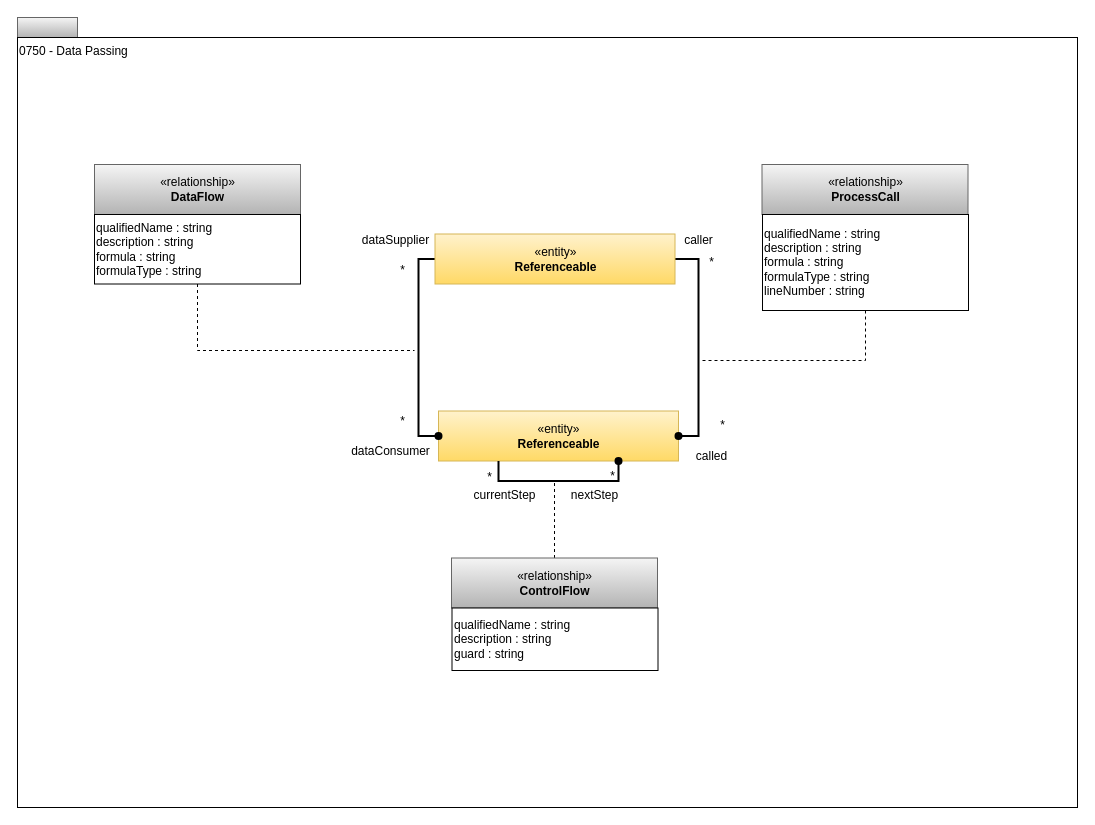
The draw.io diagram page "0750-Data-Passing" (11 of 17) of site/docs/types/7/area-7-lineage.drawio in odpi/egeria-docs, before the edit. Source tidied: cells renumbered, new cells numbered last; positions are measured from the earlier drawing's top-left corner, leaving out a move shared by most shapes. Both pictures are drawn from the tidied source at 100%, with x=0, y=0 at pixel (17, 17).
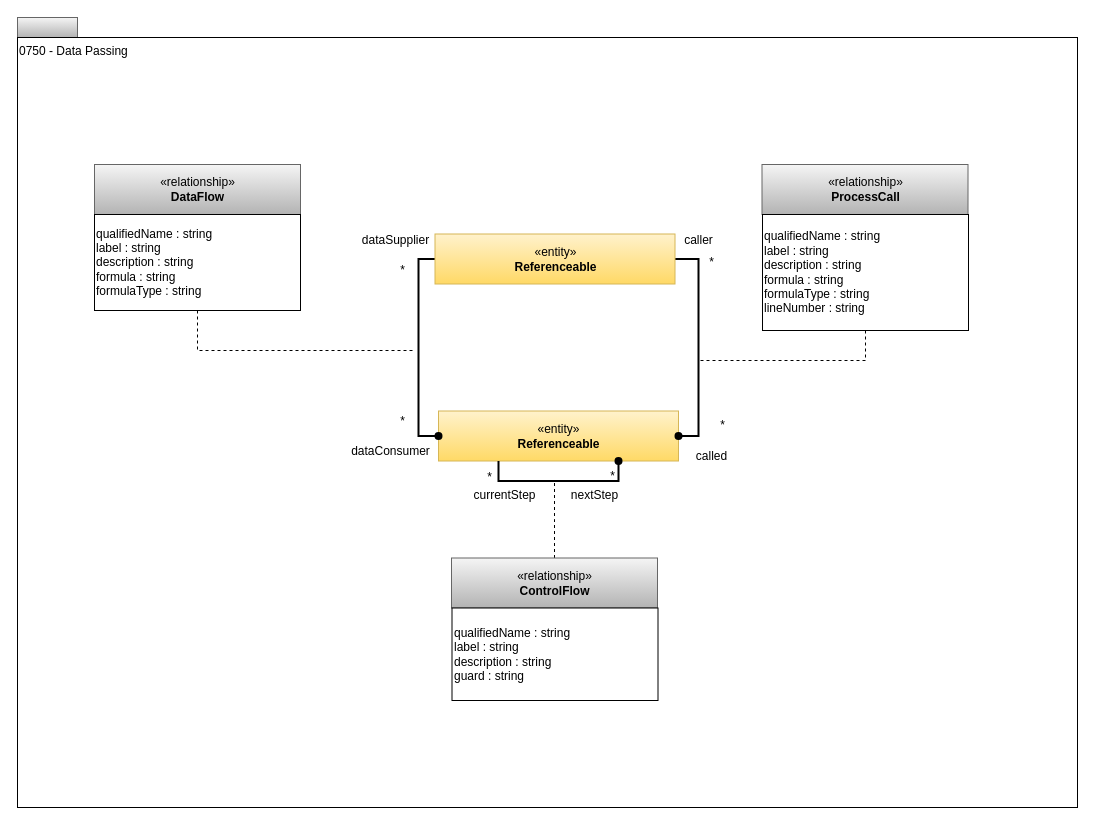
The same diagram, later.

Diff of the diagram source:
```diff
@@
-    <mxCell id="6" value="qualifiedName : string&lt;br&gt;description : string&lt;br&gt;formula : string&lt;br&gt;formulaType : string" style="rounded=0;whiteSpace=wrap;html=1;strokeColor=#000000;gradientColor=#ffffff;align=left;" parent="1" vertex="1">
-      <mxGeometry x="77" y="197" width="206" height="69.5" as="geometry" />
+    <mxCell id="6" value="qualifiedName : string&lt;div&gt;label : string&lt;br&gt;description : string&lt;br&gt;formula : string&lt;br&gt;formulaType : string&lt;/div&gt;" style="rounded=0;whiteSpace=wrap;html=1;strokeColor=#000000;gradientColor=#ffffff;align=left;" parent="1" vertex="1">
+      <mxGeometry x="77" y="197" width="206" height="96" as="geometry" />
     </mxCell>
@@
-    <mxCell id="15" value="qualifiedName : string&lt;br&gt;description : string&lt;br&gt;guard : string" style="rounded=0;whiteSpace=wrap;html=1;strokeColor=#000000;gradientColor=#ffffff;align=left;" parent="1" vertex="1">
-      <mxGeometry x="434.5" y="590.5" width="206" height="62.5" as="geometry" />
+    <mxCell id="15" value="qualifiedName : string&lt;div&gt;label : string&lt;br&gt;description : string&lt;br&gt;guard : string&lt;/div&gt;" style="rounded=0;whiteSpace=wrap;html=1;strokeColor=#000000;gradientColor=#ffffff;align=left;" parent="1" vertex="1">
+      <mxGeometry x="434.5" y="590.5" width="206" height="92.5" as="geometry" />
     </mxCell>
@@
-    <mxCell id="25" value="qualifiedName : string&lt;br&gt;description : string&lt;br&gt;formula : string&lt;br&gt;formulaType : string&lt;br&gt;lineNumber : string" style="rounded=0;whiteSpace=wrap;html=1;strokeColor=#000000;gradientColor=#ffffff;align=left;" parent="1" vertex="1">
-      <mxGeometry x="745" y="197" width="206" height="96" as="geometry" />
+    <mxCell id="25" value="qualifiedName : string&lt;div&gt;label : string&lt;br&gt;description : string&lt;br&gt;formula : string&lt;br&gt;formulaType : string&lt;br&gt;lineNumber : string&lt;/div&gt;" style="rounded=0;whiteSpace=wrap;html=1;strokeColor=#000000;gradientColor=#ffffff;align=left;" parent="1" vertex="1">
+      <mxGeometry x="745" y="197" width="206" height="116" as="geometry" />
     </mxCell>
```
